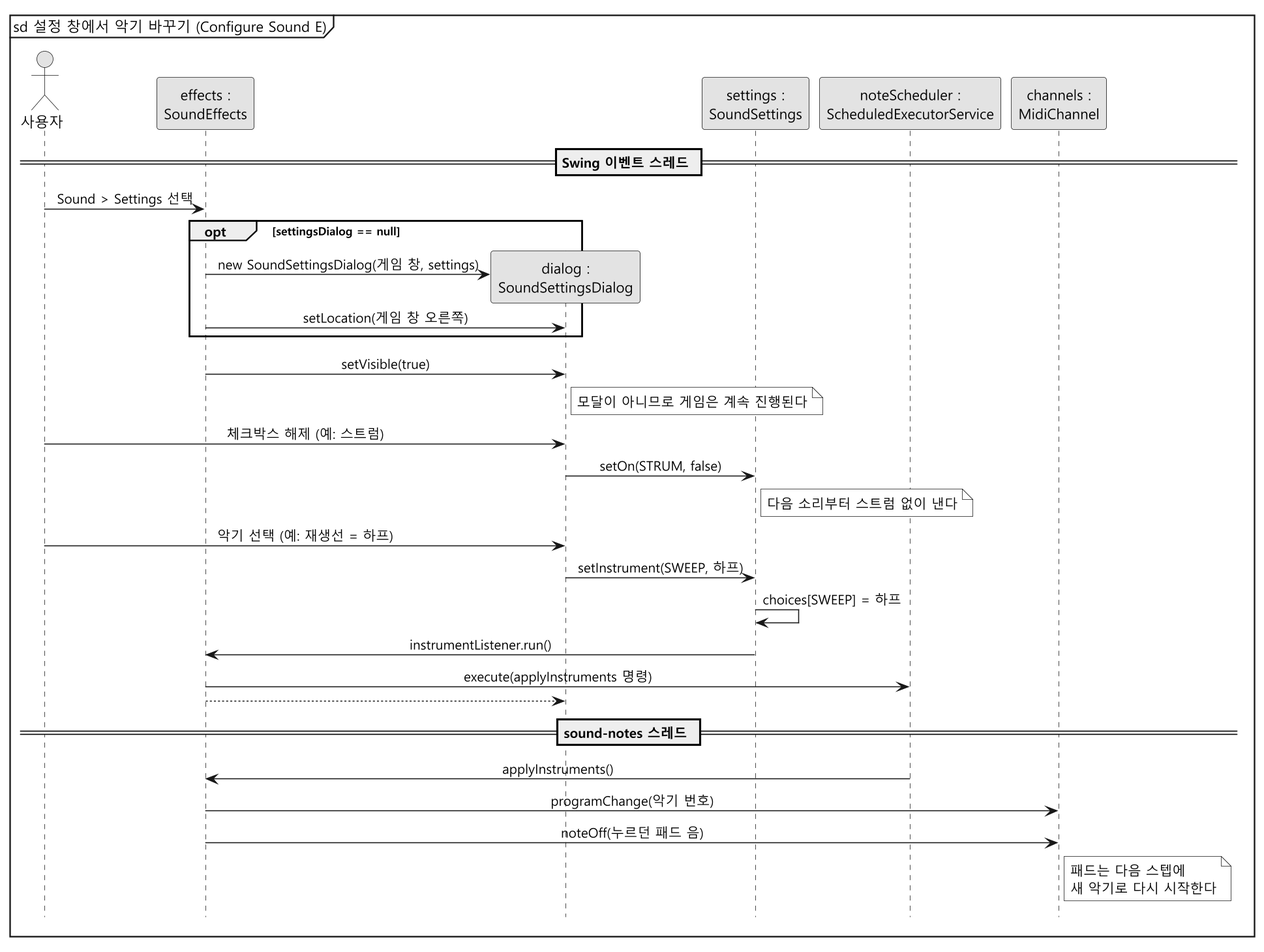
Before: docs/sound-effects/diagram/sd-settings.png, a diagram exported from PlantUML (mckimR1972/DP_team_project).
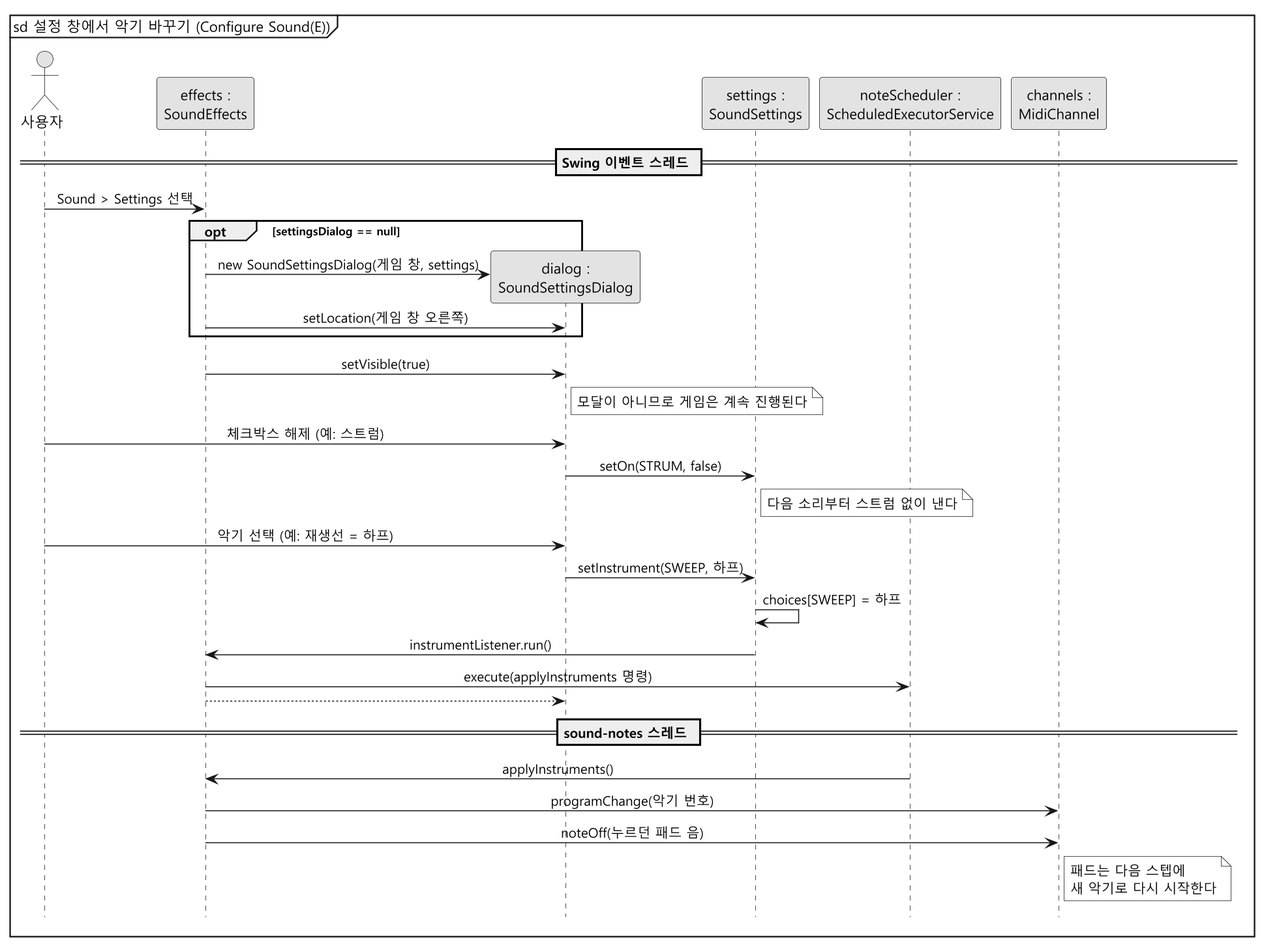
The same diagram one commit later.

Change to the diagram source:
```diff
@@ -5,7 +5,7 @@
 skinparam defaultFontName "Malgun Gothic"
 skinparam sequenceMessageAlign center
 hide footbox
-mainframe sd 설정 창에서 악기 바꾸기 (Configure Sound E)
+mainframe sd 설정 창에서 악기 바꾸기 (Configure Sound(E))
 
 actor "사용자" as User
 participant "effects :\nSoundEffects" as S
```
